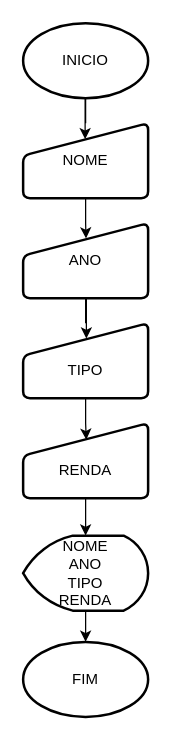
jhovitordev/Formacao_CDB keeps this draw.io diagram as lista_semana1/DiagramaEX1.drawio. Above is the earlier version. Source tidied: cells renumbered, new cells numbered last; positions are measured from the earlier drawing's top-left corner, leaving out a move shared by most shapes. Both pictures are drawn from the tidied source at 125%, with x=0, y=0 at pixel (22, 22).
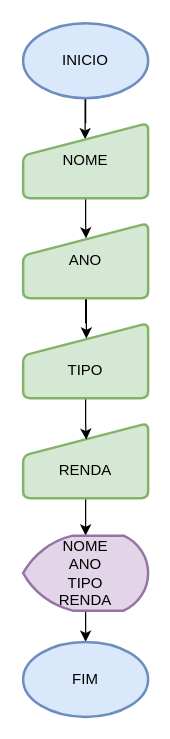
The same diagram, later.

Diff of the diagram source:
```diff
@@
 <mxGraphModel>
   <root>
     <mxCell id="0" />
     <mxCell id="1" parent="0" />
     <mxCell id="2" style="edgeStyle=orthogonalEdgeStyle;rounded=0;jettySize=auto;html=1;entryX=0.496;entryY=0.214;entryDx=0;entryDy=0;entryPerimeter=0;" parent="1" edge="1" source="3" target="11">
       <mxGeometry relative="1" as="geometry" />
     </mxCell>
-    <mxCell id="3" value="INICIO" style="strokeWidth=2;html=1;shape=mxgraph.flowchart.start_1;whiteSpace=wrap;" parent="1" vertex="1">
+    <mxCell id="3" value="INICIO" style="strokeWidth=2;html=1;shape=mxgraph.flowchart.start_1;whiteSpace=wrap;fillColor=#dae8fc;strokeColor=#6c8ebf;" parent="1" vertex="1">
       <mxGeometry width="100" height="60" as="geometry" />
     </mxCell>
     <mxCell id="4" style="edgeStyle=orthogonalEdgeStyle;rounded=0;jettySize=auto;html=1;" parent="1" edge="1" source="5" target="13">
       <mxGeometry relative="1" as="geometry" />
     </mxCell>
-    <mxCell id="5" value="&lt;div&gt;&lt;br&gt;&lt;/div&gt;RENDA" style="html=1;strokeWidth=2;shape=manualInput;whiteSpace=wrap;rounded=1;size=26;arcSize=11;" parent="1" vertex="1">
+    <mxCell id="5" value="&lt;div&gt;&lt;br&gt;&lt;/div&gt;RENDA" style="html=1;strokeWidth=2;shape=manualInput;whiteSpace=wrap;rounded=1;size=26;arcSize=11;fillColor=#d5e8d4;strokeColor=#82b366;" parent="1" vertex="1">
       <mxGeometry y="320" width="100" height="60" as="geometry" />
     </mxCell>
     <mxCell id="6" style="edgeStyle=orthogonalEdgeStyle;rounded=0;jettySize=auto;html=1;entryX=0.505;entryY=0.221;entryDx=0;entryDy=0;entryPerimeter=0;" parent="1" edge="1" source="7" target="5">
       <mxGeometry relative="1" as="geometry" />
     </mxCell>
-    <mxCell id="7" value="&lt;div&gt;&lt;br&gt;&lt;/div&gt;TIPO" style="html=1;strokeWidth=2;shape=manualInput;whiteSpace=wrap;rounded=1;size=26;arcSize=11;" parent="1" vertex="1">
+    <mxCell id="7" value="&lt;div&gt;&lt;br&gt;&lt;/div&gt;TIPO" style="html=1;strokeWidth=2;shape=manualInput;whiteSpace=wrap;rounded=1;size=26;arcSize=11;fillColor=#d5e8d4;strokeColor=#82b366;" parent="1" vertex="1">
       <mxGeometry y="240" width="100" height="60" as="geometry" />
     </mxCell>
     <mxCell id="8" style="edgeStyle=orthogonalEdgeStyle;rounded=0;jettySize=auto;html=1;entryX=0.506;entryY=0.206;entryDx=0;entryDy=0;entryPerimeter=0;" parent="1" edge="1" source="9" target="7">
       <mxGeometry relative="1" as="geometry" />
     </mxCell>
-    <mxCell id="9" value="ANO" style="html=1;strokeWidth=2;shape=manualInput;whiteSpace=wrap;rounded=1;size=26;arcSize=11;" parent="1" vertex="1">
+    <mxCell id="9" value="ANO" style="html=1;strokeWidth=2;shape=manualInput;whiteSpace=wrap;rounded=1;size=26;arcSize=11;fillColor=#d5e8d4;strokeColor=#82b366;" parent="1" vertex="1">
       <mxGeometry y="160" width="100" height="60" as="geometry" />
     </mxCell>
     <mxCell id="10" style="edgeStyle=orthogonalEdgeStyle;rounded=0;jettySize=auto;html=1;entryX=0.503;entryY=0.204;entryDx=0;entryDy=0;entryPerimeter=0;" parent="1" edge="1" source="11" target="9">
       <mxGeometry relative="1" as="geometry" />
     </mxCell>
-    <mxCell id="11" value="NOME" style="html=1;strokeWidth=2;shape=manualInput;whiteSpace=wrap;rounded=1;size=26;arcSize=11;" parent="1" vertex="1">
+    <mxCell id="11" value="NOME" style="html=1;strokeWidth=2;shape=manualInput;whiteSpace=wrap;rounded=1;size=26;arcSize=11;fillColor=#d5e8d4;strokeColor=#82b366;" parent="1" vertex="1">
       <mxGeometry y="80" width="100" height="60" as="geometry" />
     </mxCell>
     <mxCell id="12" style="edgeStyle=orthogonalEdgeStyle;rounded=0;jettySize=auto;html=1;" parent="1" edge="1" source="13" target="14">
       <mxGeometry relative="1" as="geometry" />
     </mxCell>
-    <mxCell id="13" value="NOME&lt;div&gt;ANO&lt;/div&gt;&lt;div&gt;TIPO&lt;/div&gt;&lt;div&gt;RENDA&lt;/div&gt;" style="strokeWidth=2;html=1;shape=mxgraph.flowchart.display;whiteSpace=wrap;" parent="1" vertex="1">
+    <mxCell id="13" value="NOME&lt;div&gt;ANO&lt;/div&gt;&lt;div&gt;TIPO&lt;/div&gt;&lt;div&gt;RENDA&lt;/div&gt;" style="strokeWidth=2;html=1;shape=mxgraph.flowchart.display;whiteSpace=wrap;fillColor=#e1d5e7;strokeColor=#9673a6;" parent="1" vertex="1">
       <mxGeometry y="410" width="100" height="60" as="geometry" />
     </mxCell>
-    <mxCell id="14" value="FIM" style="strokeWidth=2;html=1;shape=mxgraph.flowchart.start_1;whiteSpace=wrap;" parent="1" vertex="1">
+    <mxCell id="14" value="FIM" style="strokeWidth=2;html=1;shape=mxgraph.flowchart.start_1;whiteSpace=wrap;fillColor=#dae8fc;strokeColor=#6c8ebf;" parent="1" vertex="1">
       <mxGeometry y="495" width="100" height="60" as="geometry" />
     </mxCell>
   </root>
 </mxGraphModel>
```
